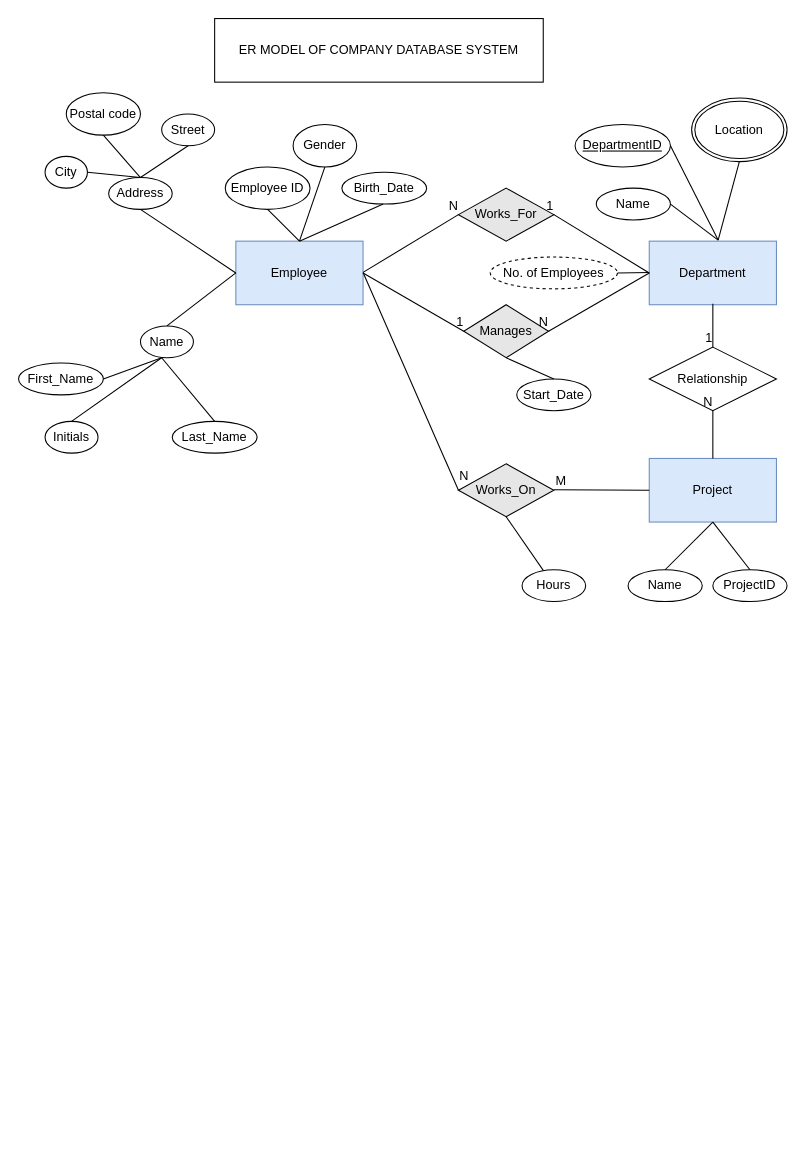
Before: comapany_database_system.drawio in Rupantar-68/DBMS_LAB, a draw.io diagram. Source tidied: cells renumbered, new cells numbered last; positions are measured from the earlier drawing's top-left corner, leaving out a move shared by most shapes. Both pictures are drawn from the tidied source at 106%, with x=0, y=0 at pixel (18, 18).
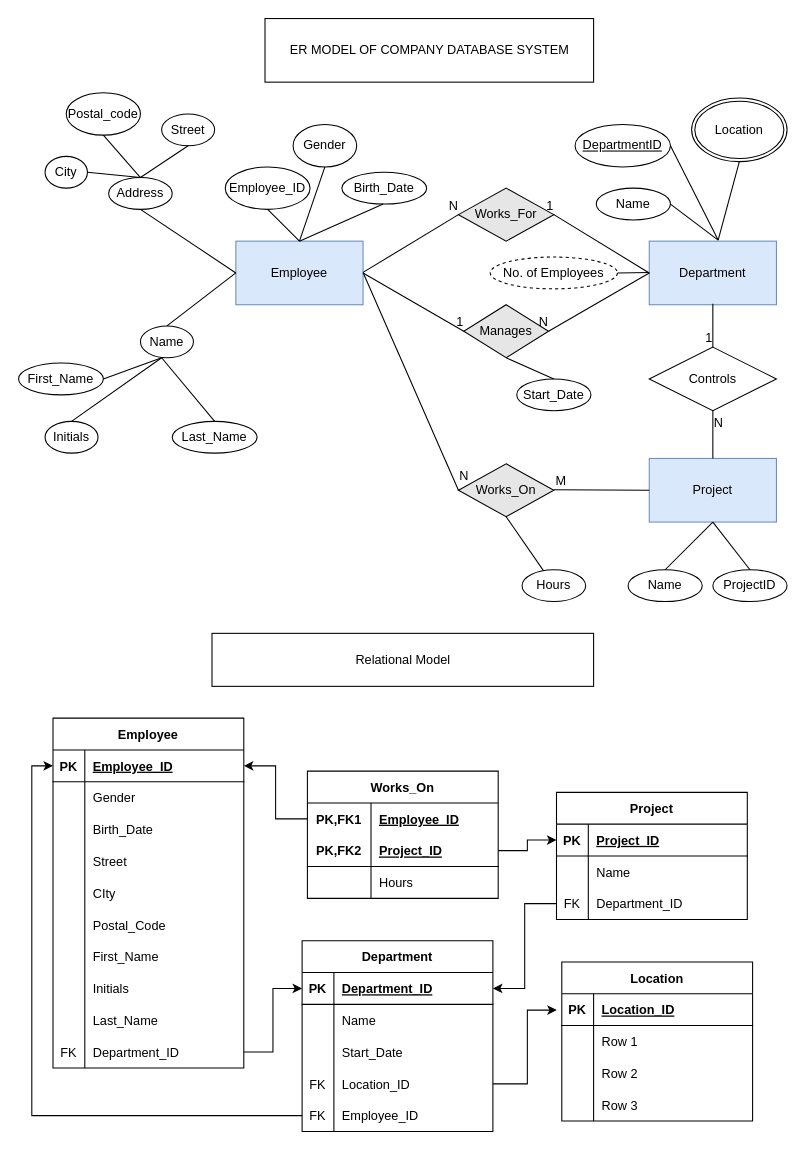
The same page after the edit.

Unchanged cells that the change refers to:
```xml
<mxCell id="53" style="endArrow=none;html=1;rounded=0;entryX=0.5;entryY=1;entryDx=0;entryDy=0;exitX=0.5;exitY=0;exitDx=0;exitDy=0;" parent="1" edge="1" source="4" target="50">
  <mxGeometry relative="1" as="geometry" />
</mxCell>
```

Diff of the diagram source:
```diff
@@
-    <mxCell id="5" value="Employee ID" style="ellipse;whiteSpace=wrap;html=1;" parent="1" vertex="1">
+    <mxCell id="5" value="Employee_ID" style="ellipse;whiteSpace=wrap;html=1;" parent="1" vertex="1">
       <mxGeometry x="195" y="140" width="80" height="40" as="geometry" />
     </mxCell>
@@
-    <mxCell id="11" value="Postal code" style="ellipse;whiteSpace=wrap;html=1;" parent="1" vertex="1">
+    <mxCell id="11" value="Postal_code" style="ellipse;whiteSpace=wrap;html=1;" parent="1" vertex="1">
       <mxGeometry x="45" y="70" width="70" height="40" as="geometry" />
     </mxCell>
@@
-    <mxCell id="50" value="Relationship" style="shape=rhombus;perimeter=rhombusPerimeter;whiteSpace=wrap;html=1;align=center;fillColor=#FFFFFF;" parent="1" vertex="1">
+    <mxCell id="50" value="Controls" style="shape=rhombus;perimeter=rhombusPerimeter;whiteSpace=wrap;html=1;align=center;fillColor=#FFFFFF;" parent="1" vertex="1">
       <mxGeometry x="595" y="310" width="120" height="60" as="geometry" />
     </mxCell>
@@
     <mxCell id="54" value="N" style="html=1;align=right;verticalAlign=bottom;fillColor=#FFFFFF;" parent="53" vertex="1">
-      <mxGeometry x="1" relative="1" as="geometry" />
+      <mxGeometry x="1" relative="1" as="geometry">
+        <mxPoint x="10" y="20" as="offset" />
+      </mxGeometry>
     </mxCell>
@@
     <mxCell id="63" value="ER MODEL OF COMPANY DATABASE SYSTEM" style="rounded=0;whiteSpace=wrap;html=1;fillColor=#FFFFFF;" parent="1" vertex="1">
-      <mxGeometry x="185" width="310" height="60" as="geometry" />
+      <mxGeometry x="232.5" width="310" height="60" as="geometry" />
     </mxCell>
+    <mxCell id="64" value="Relational Model" style="rounded=0;whiteSpace=wrap;html=1;fillColor=#FFFFFF;" parent="1" vertex="1">
+      <mxGeometry x="182.5" y="580" width="360" height="50" as="geometry" />
+    </mxCell>
+    <mxCell id="65" value="Employee" style="shape=table;startSize=30;childLayout=tableLayout;rowLines=0;fontStyle=1;align=center;fillColor=#FFFFFF;" parent="1" vertex="1">
+      <mxGeometry x="32.5" y="660" width="180" height="330" as="geometry" />
+    </mxCell>
+    <mxCell id="66" style="shape=tableRow;horizontal=0;startSize=0;swimlaneHead=0;swimlaneBody=0;fillColor=none;points=[[0,0.5],[1,0.5]];portConstraint=eastwest;top=0;left=0;right=0;bottom=1;" parent="65" vertex="1">
+      <mxGeometry y="30" width="180" height="30" as="geometry" />
+    </mxCell>
+    <mxCell id="67" value="PK" style="shape=partialRectangle;fillColor=none;top=0;left=0;bottom=0;right=0;fontStyle=1;overflow=hidden;" parent="66" vertex="1">
+      <mxGeometry width="30" height="30" as="geometry" />
+    </mxCell>
+    <mxCell id="68" value="Employee_ID" style="shape=partialRectangle;fillColor=none;top=0;left=0;bottom=0;right=0;align=left;spacingLeft=6;fontStyle=5;overflow=hidden;" parent="66" vertex="1">
+      <mxGeometry x="30" width="150" height="30" as="geometry" />
+    </mxCell>
+    <mxCell id="69" style="shape=tableRow;horizontal=0;startSize=0;swimlaneHead=0;swimlaneBody=0;fillColor=none;top=0;left=0;right=0;bottom=0;" parent="65" vertex="1">
+      <mxGeometry y="60" width="180" height="30" as="geometry" />
+    </mxCell>
+    <mxCell id="70" style="shape=partialRectangle;fillColor=none;top=0;left=0;bottom=0;right=0;overflow=hidden;" parent="69" vertex="1">
+      <mxGeometry width="30" height="30" as="geometry" />
+    </mxCell>
+    <mxCell id="71" value="Gender" style="shape=partialRectangle;fillColor=none;top=0;left=0;bottom=0;right=0;align=left;spacingLeft=6;overflow=hidden;" parent="69" vertex="1">
+      <mxGeometry x="30" width="150" height="30" as="geometry" />
+    </mxCell>
+    <mxCell id="72" style="shape=tableRow;horizontal=0;startSize=0;swimlaneHead=0;swimlaneBody=0;fillColor=none;top=0;left=0;right=0;bottom=0;" parent="65" vertex="1">
+      <mxGeometry y="90" width="180" height="30" as="geometry" />
+    </mxCell>
+    <mxCell id="73" style="shape=partialRectangle;fillColor=none;top=0;left=0;bottom=0;right=0;overflow=hidden;" parent="72" vertex="1">
+      <mxGeometry width="30" height="30" as="geometry" />
+    </mxCell>
+    <mxCell id="74" value="Birth_Date" style="shape=partialRectangle;fillColor=none;top=0;left=0;bottom=0;right=0;align=left;spacingLeft=6;overflow=hidden;" parent="72" vertex="1">
+      <mxGeometry x="30" width="150" height="30" as="geometry" />
+    </mxCell>
+    <mxCell id="75" style="shape=tableRow;horizontal=0;startSize=0;swimlaneHead=0;swimlaneBody=0;fillColor=none;top=0;left=0;right=0;bottom=0;" parent="65" vertex="1">
+      <mxGeometry y="120" width="180" height="30" as="geometry" />
+    </mxCell>
+    <mxCell id="76" style="shape=partialRectangle;fillColor=none;top=0;left=0;bottom=0;right=0;overflow=hidden;" parent="75" vertex="1">
+      <mxGeometry width="30" height="30" as="geometry" />
+    </mxCell>
+    <mxCell id="77" value="Street" style="shape=partialRectangle;fillColor=none;top=0;left=0;bottom=0;right=0;align=left;spacingLeft=6;overflow=hidden;" parent="75" vertex="1">
+      <mxGeometry x="30" width="150" height="30" as="geometry" />
+    </mxCell>
+    <mxCell id="78" style="shape=tableRow;horizontal=0;startSize=0;swimlaneHead=0;swimlaneBody=0;fillColor=none;top=0;left=0;right=0;bottom=0;" parent="65" vertex="1">
+      <mxGeometry y="150" width="180" height="30" as="geometry" />
+    </mxCell>
+    <mxCell id="79" style="shape=partialRectangle;fillColor=none;top=0;left=0;bottom=0;right=0;overflow=hidden;" parent="78" vertex="1">
+      <mxGeometry width="30" height="30" as="geometry" />
+    </mxCell>
+    <mxCell id="80" value="CIty" style="shape=partialRectangle;fillColor=none;top=0;left=0;bottom=0;right=0;align=left;spacingLeft=6;overflow=hidden;" parent="78" vertex="1">
+      <mxGeometry x="30" width="150" height="30" as="geometry" />
+    </mxCell>
+    <mxCell id="81" style="shape=tableRow;horizontal=0;startSize=0;swimlaneHead=0;swimlaneBody=0;fillColor=none;top=0;left=0;right=0;bottom=0;" parent="65" vertex="1">
+      <mxGeometry y="180" width="180" height="30" as="geometry" />
+    </mxCell>
+    <mxCell id="82" style="shape=partialRectangle;fillColor=none;top=0;left=0;bottom=0;right=0;overflow=hidden;" parent="81" vertex="1">
+      <mxGeometry width="30" height="30" as="geometry" />
+    </mxCell>
+    <mxCell id="83" value="Postal_Code" style="shape=partialRectangle;fillColor=none;top=0;left=0;bottom=0;right=0;align=left;spacingLeft=6;overflow=hidden;" parent="81" vertex="1">
+      <mxGeometry x="30" width="150" height="30" as="geometry" />
+    </mxCell>
+    <mxCell id="84" style="shape=tableRow;horizontal=0;startSize=0;swimlaneHead=0;swimlaneBody=0;fillColor=none;top=0;left=0;right=0;bottom=0;" parent="65" vertex="1">
+      <mxGeometry y="210" width="180" height="30" as="geometry" />
+    </mxCell>
+    <mxCell id="85" style="shape=partialRectangle;fillColor=none;top=0;left=0;bottom=0;right=0;overflow=hidden;" parent="84" vertex="1">
+      <mxGeometry width="30" height="30" as="geometry" />
+    </mxCell>
+    <mxCell id="86" value="First_Name" style="shape=partialRectangle;fillColor=none;top=0;left=0;bottom=0;right=0;align=left;spacingLeft=6;overflow=hidden;" parent="84" vertex="1">
+      <mxGeometry x="30" width="150" height="30" as="geometry" />
+    </mxCell>
+    <mxCell id="87" style="shape=tableRow;horizontal=0;startSize=0;swimlaneHead=0;swimlaneBody=0;fillColor=none;top=0;left=0;right=0;bottom=0;" parent="65" vertex="1">
+      <mxGeometry y="240" width="180" height="30" as="geometry" />
+    </mxCell>
+    <mxCell id="88" style="shape=partialRectangle;fillColor=none;top=0;left=0;bottom=0;right=0;overflow=hidden;" parent="87" vertex="1">
+      <mxGeometry width="30" height="30" as="geometry" />
+    </mxCell>
+    <mxCell id="89" value="Initials" style="shape=partialRectangle;fillColor=none;top=0;left=0;bottom=0;right=0;align=left;spacingLeft=6;overflow=hidden;" parent="87" vertex="1">
+      <mxGeometry x="30" width="150" height="30" as="geometry" />
+    </mxCell>
+    <mxCell id="90" style="shape=tableRow;horizontal=0;startSize=0;swimlaneHead=0;swimlaneBody=0;fillColor=none;top=0;left=0;right=0;bottom=0;" parent="65" vertex="1">
+      <mxGeometry y="270" width="180" height="30" as="geometry" />
+    </mxCell>
+    <mxCell id="91" style="shape=partialRectangle;fillColor=none;top=0;left=0;bottom=0;right=0;overflow=hidden;" parent="90" vertex="1">
+      <mxGeometry width="30" height="30" as="geometry" />
+    </mxCell>
+    <mxCell id="92" value="Last_Name" style="shape=partialRectangle;fillColor=none;top=0;left=0;bottom=0;right=0;align=left;spacingLeft=6;overflow=hidden;" parent="90" vertex="1">
+      <mxGeometry x="30" width="150" height="30" as="geometry" />
+    </mxCell>
+    <mxCell id="93" style="shape=tableRow;horizontal=0;startSize=0;swimlaneHead=0;swimlaneBody=0;fillColor=none;points=[[0,0.5],[1,0.5]];portConstraint=eastwest;top=0;left=0;right=0;bottom=0;" parent="65" vertex="1">
+      <mxGeometry y="300" width="180" height="30" as="geometry" />
+    </mxCell>
+    <mxCell id="94" value="FK" style="shape=partialRectangle;fillColor=none;top=0;left=0;bottom=0;right=0;overflow=hidden;" parent="93" vertex="1">
+      <mxGeometry width="30" height="30" as="geometry" />
+    </mxCell>
+    <mxCell id="95" value="Department_ID" style="shape=partialRectangle;fillColor=none;top=0;left=0;bottom=0;right=0;align=left;spacingLeft=6;overflow=hidden;" parent="93" vertex="1">
+      <mxGeometry x="30" width="150" height="30" as="geometry" />
+    </mxCell>
+    <mxCell id="96" value="Department" style="shape=table;startSize=30;childLayout=tableLayout;rowLines=0;fontStyle=1;align=center;fillColor=#FFFFFF;" parent="1" vertex="1">
+      <mxGeometry x="267.5" y="870" width="180" height="180" as="geometry" />
+    </mxCell>
+    <mxCell id="97" style="shape=tableRow;horizontal=0;startSize=0;swimlaneHead=0;swimlaneBody=0;fillColor=none;points=[[0,0.5],[1,0.5]];portConstraint=eastwest;top=0;left=0;right=0;bottom=1;" parent="96" vertex="1">
+      <mxGeometry y="30" width="180" height="30" as="geometry" />
+    </mxCell>
+    <mxCell id="98" value="PK" style="shape=partialRectangle;fillColor=none;top=0;left=0;bottom=0;right=0;fontStyle=1;overflow=hidden;" parent="97" vertex="1">
+      <mxGeometry width="30" height="30" as="geometry" />
+    </mxCell>
+    <mxCell id="99" value="Department_ID" style="shape=partialRectangle;fillColor=none;top=0;left=0;bottom=0;right=0;align=left;spacingLeft=6;fontStyle=5;overflow=hidden;" parent="97" vertex="1">
+      <mxGeometry x="30" width="150" height="30" as="geometry" />
+    </mxCell>
+    <mxCell id="100" style="shape=tableRow;horizontal=0;startSize=0;swimlaneHead=0;swimlaneBody=0;fillColor=none;top=0;left=0;right=0;bottom=0;" parent="96" vertex="1">
+      <mxGeometry y="60" width="180" height="30" as="geometry" />
+    </mxCell>
+    <mxCell id="101" style="shape=partialRectangle;fillColor=none;top=0;left=0;bottom=0;right=0;overflow=hidden;" parent="100" vertex="1">
+      <mxGeometry width="30" height="30" as="geometry" />
+    </mxCell>
+    <mxCell id="102" value="Name" style="shape=partialRectangle;fillColor=none;top=0;left=0;bottom=0;right=0;align=left;spacingLeft=6;overflow=hidden;" parent="100" vertex="1">
+      <mxGeometry x="30" width="150" height="30" as="geometry" />
+    </mxCell>
+    <mxCell id="103" style="shape=tableRow;horizontal=0;startSize=0;swimlaneHead=0;swimlaneBody=0;fillColor=none;top=0;left=0;right=0;bottom=0;" parent="96" vertex="1">
+      <mxGeometry y="90" width="180" height="30" as="geometry" />
+    </mxCell>
+    <mxCell id="104" style="shape=partialRectangle;fillColor=none;top=0;left=0;bottom=0;right=0;overflow=hidden;" parent="103" vertex="1">
+      <mxGeometry width="30" height="30" as="geometry" />
+    </mxCell>
+    <mxCell id="105" value="Start_Date" style="shape=partialRectangle;fillColor=none;top=0;left=0;bottom=0;right=0;align=left;spacingLeft=6;overflow=hidden;" parent="103" vertex="1">
+      <mxGeometry x="30" width="150" height="30" as="geometry" />
+    </mxCell>
+    <mxCell id="106" style="shape=tableRow;horizontal=0;startSize=0;swimlaneHead=0;swimlaneBody=0;fillColor=none;points=[[0,0.5],[1,0.5]];portConstraint=eastwest;top=0;left=0;right=0;bottom=0;" parent="96" vertex="1">
+      <mxGeometry y="120" width="180" height="30" as="geometry" />
+    </mxCell>
+    <mxCell id="107" value="FK" style="shape=partialRectangle;fillColor=none;top=0;left=0;bottom=0;right=0;overflow=hidden;" parent="106" vertex="1">
+      <mxGeometry width="30" height="30" as="geometry" />
+    </mxCell>
+    <mxCell id="108" value="Location_ID" style="shape=partialRectangle;fillColor=none;top=0;left=0;bottom=0;right=0;align=left;spacingLeft=6;overflow=hidden;" parent="106" vertex="1">
+      <mxGeometry x="30" width="150" height="30" as="geometry" />
+    </mxCell>
+    <mxCell id="109" style="shape=tableRow;horizontal=0;startSize=0;swimlaneHead=0;swimlaneBody=0;fillColor=none;points=[[0,0.5],[1,0.5]];portConstraint=eastwest;top=0;left=0;right=0;bottom=0;" parent="96" vertex="1">
+      <mxGeometry y="150" width="180" height="30" as="geometry" />
+    </mxCell>
+    <mxCell id="110" value="FK" style="shape=partialRectangle;fillColor=none;top=0;left=0;bottom=0;right=0;overflow=hidden;" parent="109" vertex="1">
+      <mxGeometry width="30" height="30" as="geometry" />
+    </mxCell>
+    <mxCell id="111" value="Employee_ID" style="shape=partialRectangle;fillColor=none;top=0;left=0;bottom=0;right=0;align=left;spacingLeft=6;overflow=hidden;" parent="109" vertex="1">
+      <mxGeometry x="30" width="150" height="30" as="geometry" />
+    </mxCell>
+    <mxCell id="112" value="Location" style="shape=table;startSize=30;childLayout=tableLayout;rowLines=0;fontStyle=1;align=center;fillColor=#FFFFFF;" parent="1" vertex="1">
+      <mxGeometry x="512.5" y="890" width="180" height="150" as="geometry" />
+    </mxCell>
+    <mxCell id="113" style="shape=tableRow;horizontal=0;startSize=0;swimlaneHead=0;swimlaneBody=0;fillColor=none;points=[[0,0.5],[1,0.5]];portConstraint=eastwest;top=0;left=0;right=0;bottom=1;" parent="112" vertex="1">
+      <mxGeometry y="30" width="180" height="30" as="geometry" />
+    </mxCell>
+    <mxCell id="114" value="PK" style="shape=partialRectangle;fillColor=none;top=0;left=0;bottom=0;right=0;fontStyle=1;overflow=hidden;" parent="113" vertex="1">
+      <mxGeometry width="30" height="30" as="geometry" />
+    </mxCell>
+    <mxCell id="115" value="Location_ID" style="shape=partialRectangle;fillColor=none;top=0;left=0;bottom=0;right=0;align=left;spacingLeft=6;fontStyle=5;overflow=hidden;" parent="113" vertex="1">
+      <mxGeometry x="30" width="150" height="30" as="geometry" />
+    </mxCell>
+    <mxCell id="116" style="shape=tableRow;horizontal=0;startSize=0;swimlaneHead=0;swimlaneBody=0;fillColor=none;top=0;left=0;right=0;bottom=0;" parent="112" vertex="1">
+      <mxGeometry y="60" width="180" height="30" as="geometry" />
+    </mxCell>
+    <mxCell id="117" style="shape=partialRectangle;fillColor=none;top=0;left=0;bottom=0;right=0;overflow=hidden;" parent="116" vertex="1">
+      <mxGeometry width="30" height="30" as="geometry" />
+    </mxCell>
+    <mxCell id="118" value="Row 1" style="shape=partialRectangle;fillColor=none;top=0;left=0;bottom=0;right=0;align=left;spacingLeft=6;overflow=hidden;" parent="116" vertex="1">
+      <mxGeometry x="30" width="150" height="30" as="geometry" />
+    </mxCell>
+    <mxCell id="119" style="shape=tableRow;horizontal=0;startSize=0;swimlaneHead=0;swimlaneBody=0;fillColor=none;top=0;left=0;right=0;bottom=0;" parent="112" vertex="1">
+      <mxGeometry y="90" width="180" height="30" as="geometry" />
+    </mxCell>
+    <mxCell id="120" style="shape=partialRectangle;fillColor=none;top=0;left=0;bottom=0;right=0;overflow=hidden;" parent="119" vertex="1">
+      <mxGeometry width="30" height="30" as="geometry" />
+    </mxCell>
+    <mxCell id="121" value="Row 2" style="shape=partialRectangle;fillColor=none;top=0;left=0;bottom=0;right=0;align=left;spacingLeft=6;overflow=hidden;" parent="119" vertex="1">
+      <mxGeometry x="30" width="150" height="30" as="geometry" />
+    </mxCell>
+    <mxCell id="122" style="shape=tableRow;horizontal=0;startSize=0;swimlaneHead=0;swimlaneBody=0;fillColor=none;top=0;left=0;right=0;bottom=0;" parent="112" vertex="1">
+      <mxGeometry y="120" width="180" height="30" as="geometry" />
+    </mxCell>
+    <mxCell id="123" style="shape=partialRectangle;fillColor=none;top=0;left=0;bottom=0;right=0;overflow=hidden;" parent="122" vertex="1">
+      <mxGeometry width="30" height="30" as="geometry" />
+    </mxCell>
+    <mxCell id="124" value="Row 3" style="shape=partialRectangle;fillColor=none;top=0;left=0;bottom=0;right=0;align=left;spacingLeft=6;overflow=hidden;" parent="122" vertex="1">
+      <mxGeometry x="30" width="150" height="30" as="geometry" />
+    </mxCell>
+    <mxCell id="125" value="Project" style="shape=table;startSize=30;childLayout=tableLayout;rowLines=0;fontStyle=1;align=center;fillColor=#FFFFFF;" parent="1" vertex="1">
+      <mxGeometry x="507.5" y="730" width="180" height="120" as="geometry" />
+    </mxCell>
+    <mxCell id="126" style="shape=tableRow;horizontal=0;startSize=0;swimlaneHead=0;swimlaneBody=0;fillColor=none;points=[[0,0.5],[1,0.5]];portConstraint=eastwest;top=0;left=0;right=0;bottom=1;" parent="125" vertex="1">
+      <mxGeometry y="30" width="180" height="30" as="geometry" />
+    </mxCell>
+    <mxCell id="127" value="PK" style="shape=partialRectangle;fillColor=none;top=0;left=0;bottom=0;right=0;fontStyle=1;overflow=hidden;" parent="126" vertex="1">
+      <mxGeometry width="30" height="30" as="geometry" />
+    </mxCell>
+    <mxCell id="128" value="Project_ID" style="shape=partialRectangle;fillColor=none;top=0;left=0;bottom=0;right=0;align=left;spacingLeft=6;fontStyle=5;overflow=hidden;" parent="126" vertex="1">
+      <mxGeometry x="30" width="150" height="30" as="geometry" />
+    </mxCell>
+    <mxCell id="129" style="shape=tableRow;horizontal=0;startSize=0;swimlaneHead=0;swimlaneBody=0;fillColor=none;top=0;left=0;right=0;bottom=0;" parent="125" vertex="1">
+      <mxGeometry y="60" width="180" height="30" as="geometry" />
+    </mxCell>
+    <mxCell id="130" style="shape=partialRectangle;fillColor=none;top=0;left=0;bottom=0;right=0;overflow=hidden;" parent="129" vertex="1">
+      <mxGeometry width="30" height="30" as="geometry" />
+    </mxCell>
+    <mxCell id="131" value="Name" style="shape=partialRectangle;fillColor=none;top=0;left=0;bottom=0;right=0;align=left;spacingLeft=6;overflow=hidden;" parent="129" vertex="1">
+      <mxGeometry x="30" width="150" height="30" as="geometry" />
+    </mxCell>
+    <mxCell id="132" style="shape=tableRow;horizontal=0;startSize=0;swimlaneHead=0;swimlaneBody=0;fillColor=none;points=[[0,0.5],[1,0.5]];portConstraint=eastwest;top=0;left=0;right=0;bottom=0;" parent="125" vertex="1">
+      <mxGeometry y="90" width="180" height="30" as="geometry" />
+    </mxCell>
+    <mxCell id="133" value="FK" style="shape=partialRectangle;fillColor=none;top=0;left=0;bottom=0;right=0;overflow=hidden;" parent="132" vertex="1">
+      <mxGeometry width="30" height="30" as="geometry" />
+    </mxCell>
+    <mxCell id="134" value="Department_ID" style="shape=partialRectangle;fillColor=none;top=0;left=0;bottom=0;right=0;align=left;spacingLeft=6;overflow=hidden;" parent="132" vertex="1">
+      <mxGeometry x="30" width="150" height="30" as="geometry" />
+    </mxCell>
+    <mxCell id="135" value="Works_On" style="shape=table;startSize=30;childLayout=tableLayout;rowLines=0;fontStyle=1;align=center;fillColor=#FFFFFF;" parent="1" vertex="1">
+      <mxGeometry x="272.5" y="710" width="180" height="120" as="geometry" />
+    </mxCell>
+    <mxCell id="136" style="shape=tableRow;horizontal=0;startSize=0;swimlaneHead=0;swimlaneBody=0;fillColor=none;points=[[0,0.5],[1,0.5]];portConstraint=eastwest;top=0;left=0;right=0;bottom=0;" parent="135" vertex="1">
+      <mxGeometry y="30" width="180" height="30" as="geometry" />
+    </mxCell>
+    <mxCell id="137" value="PK,FK1" style="shape=partialRectangle;fillColor=none;top=0;left=0;bottom=0;right=0;fontStyle=1;overflow=hidden;" parent="136" vertex="1">
+      <mxGeometry width="60" height="30" as="geometry" />
+    </mxCell>
+    <mxCell id="138" value="Employee_ID" style="shape=partialRectangle;fillColor=none;top=0;left=0;bottom=0;right=0;align=left;spacingLeft=6;fontStyle=5;overflow=hidden;" parent="136" vertex="1">
+      <mxGeometry x="60" width="120" height="30" as="geometry" />
+    </mxCell>
+    <mxCell id="139" style="shape=tableRow;horizontal=0;startSize=0;swimlaneHead=0;swimlaneBody=0;fillColor=none;points=[[0,0.5],[1,0.5]];portConstraint=eastwest;top=0;left=0;right=0;bottom=1;" parent="135" vertex="1">
+      <mxGeometry y="60" width="180" height="30" as="geometry" />
+    </mxCell>
+    <mxCell id="140" value="PK,FK2" style="shape=partialRectangle;fillColor=none;top=0;left=0;bottom=0;right=0;fontStyle=1;overflow=hidden;" parent="139" vertex="1">
+      <mxGeometry width="60" height="30" as="geometry" />
+    </mxCell>
+    <mxCell id="141" value="Project_ID" style="shape=partialRectangle;fillColor=none;top=0;left=0;bottom=0;right=0;align=left;spacingLeft=6;fontStyle=5;overflow=hidden;" parent="139" vertex="1">
+      <mxGeometry x="60" width="120" height="30" as="geometry" />
+    </mxCell>
+    <mxCell id="142" style="shape=tableRow;horizontal=0;startSize=0;swimlaneHead=0;swimlaneBody=0;fillColor=none;top=0;left=0;right=0;bottom=0;" parent="135" vertex="1">
+      <mxGeometry y="90" width="180" height="30" as="geometry" />
+    </mxCell>
+    <mxCell id="143" style="shape=partialRectangle;fillColor=none;top=0;left=0;bottom=0;right=0;overflow=hidden;" parent="142" vertex="1">
+      <mxGeometry width="60" height="30" as="geometry" />
+    </mxCell>
+    <mxCell id="144" value="Hours" style="shape=partialRectangle;fillColor=none;top=0;left=0;bottom=0;right=0;align=left;spacingLeft=6;overflow=hidden;" parent="142" vertex="1">
+      <mxGeometry x="60" width="120" height="30" as="geometry" />
+    </mxCell>
+    <mxCell id="145" style="edgeStyle=orthogonalEdgeStyle;rounded=0;jettySize=auto;html=1;exitX=0;exitY=0.5;exitDx=0;exitDy=0;" parent="1" edge="1" source="136" target="66">
+      <mxGeometry relative="1" as="geometry" />
+    </mxCell>
+    <mxCell id="146" style="edgeStyle=orthogonalEdgeStyle;rounded=0;jettySize=auto;html=1;exitX=1;exitY=0.5;exitDx=0;exitDy=0;entryX=0;entryY=0.5;entryDx=0;entryDy=0;" parent="1" edge="1" source="139" target="126">
+      <mxGeometry relative="1" as="geometry" />
+    </mxCell>
+    <mxCell id="147" style="edgeStyle=orthogonalEdgeStyle;rounded=0;jettySize=auto;html=1;exitX=0;exitY=0.5;exitDx=0;exitDy=0;entryX=1;entryY=0.5;entryDx=0;entryDy=0;" parent="1" edge="1" source="132" target="97">
+      <mxGeometry relative="1" as="geometry" />
+    </mxCell>
+    <mxCell id="148" style="edgeStyle=orthogonalEdgeStyle;rounded=0;jettySize=auto;html=1;exitX=1;exitY=0.5;exitDx=0;exitDy=0;entryX=-0.026;entryY=0.514;entryDx=0;entryDy=0;entryPerimeter=0;" parent="1" edge="1" source="106" target="113">
+      <mxGeometry relative="1" as="geometry" />
+    </mxCell>
+    <mxCell id="149" style="edgeStyle=orthogonalEdgeStyle;rounded=0;jettySize=auto;html=1;exitX=0;exitY=0.5;exitDx=0;exitDy=0;entryX=0;entryY=0.5;entryDx=0;entryDy=0;" parent="1" edge="1" source="109" target="66">
+      <mxGeometry relative="1" as="geometry" />
+    </mxCell>
+    <mxCell id="150" style="edgeStyle=orthogonalEdgeStyle;rounded=0;jettySize=auto;html=1;exitX=1;exitY=0.5;exitDx=0;exitDy=0;entryX=0;entryY=0.5;entryDx=0;entryDy=0;" parent="1" edge="1" source="93" target="97">
+      <mxGeometry relative="1" as="geometry" />
+    </mxCell>
```
